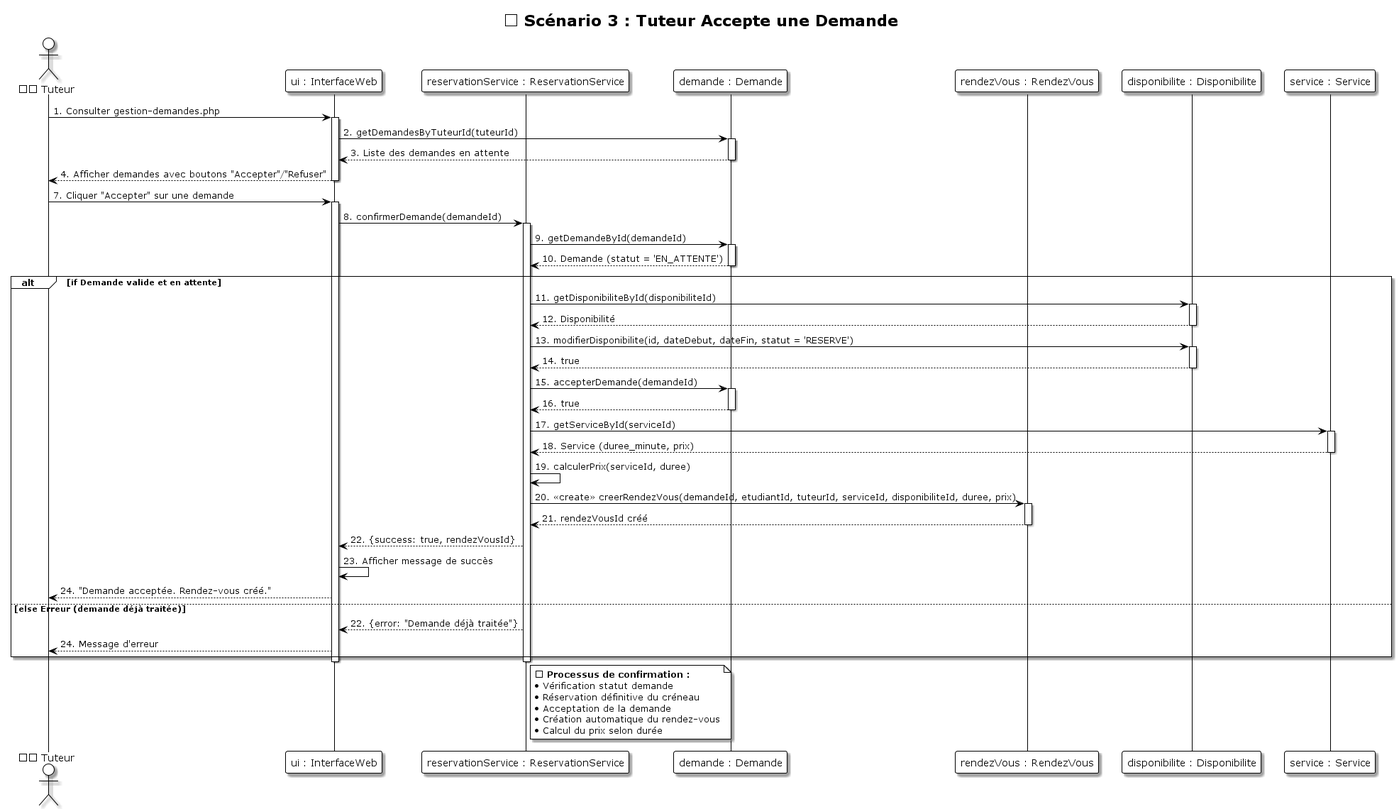
This is UML/diagrammes_sequence/Sequence_03_Tuteur_Accepte_Demande.png from LLAbdul/LLAbdul-projet-tutoplus, a PlantUML export, as it was before one commit.
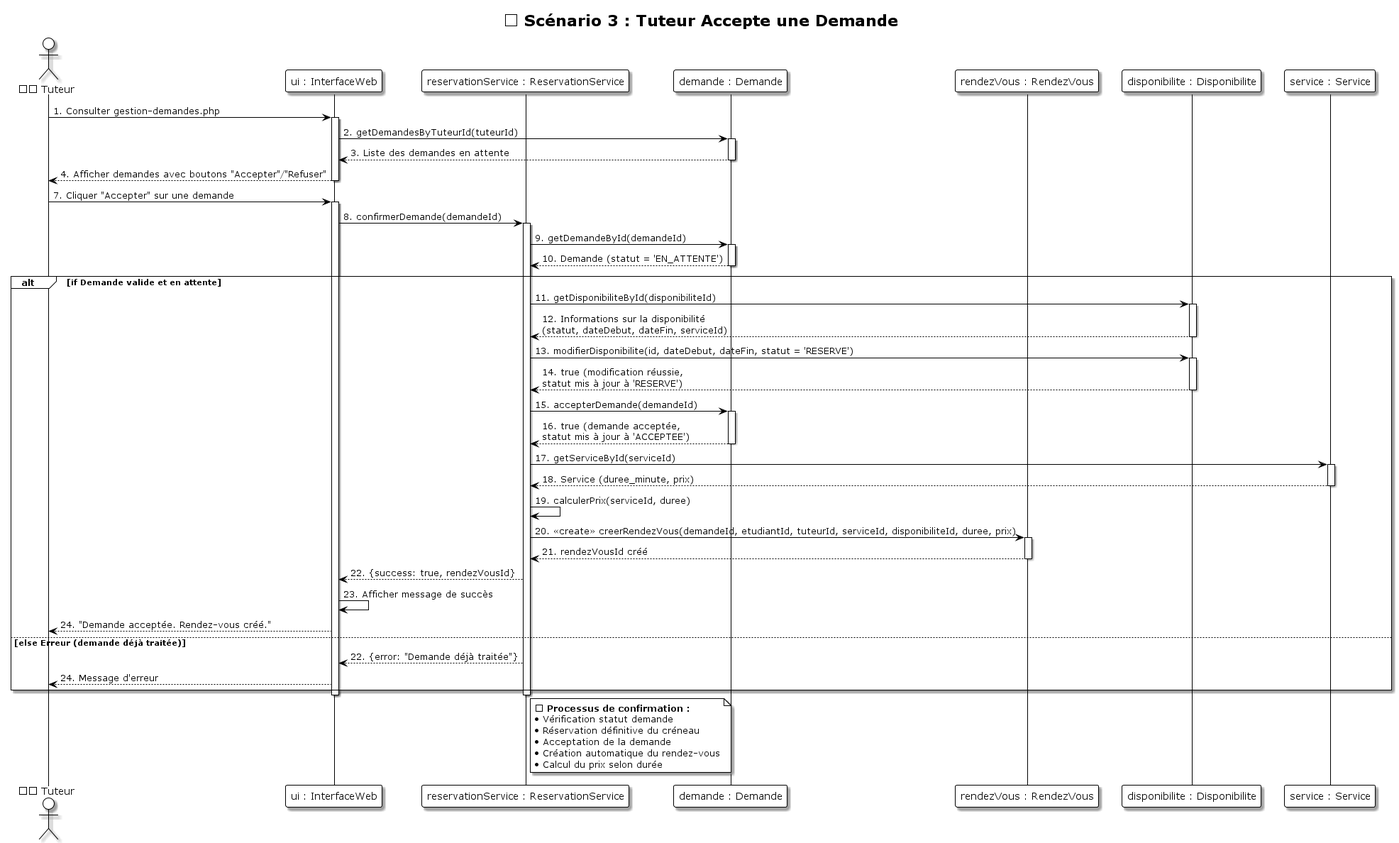
Later version of the same file.

The edit, as a diff of the source:
```diff
@@ -35,17 +35,17 @@
 alt if Demande valide et en attente
     ReservationService -> Disponibilite: 11. getDisponibiliteById(disponibiliteId)
     activate Disponibilite
-    Disponibilite --> ReservationService: 12. Disponibilité
+    Disponibilite --> ReservationService: 12. Informations sur la disponibilité\n(statut, dateDebut, dateFin, serviceId)
     deactivate Disponibilite
 
     ReservationService -> Disponibilite: 13. modifierDisponibilite(id, dateDebut, dateFin, statut = 'RESERVE')
     activate Disponibilite
-    Disponibilite --> ReservationService: 14. true
+    Disponibilite --> ReservationService: 14. true (modification réussie,\nstatut mis à jour à 'RESERVE')
     deactivate Disponibilite
 
     ReservationService -> Demande: 15. accepterDemande(demandeId)
     activate Demande
-    Demande --> ReservationService: 16. true
+    Demande --> ReservationService: 16. true (demande acceptée,\nstatut mis à jour à 'ACCEPTEE')
     deactivate Demande
 
     ReservationService -> Service: 17. getServiceById(serviceId)
```
